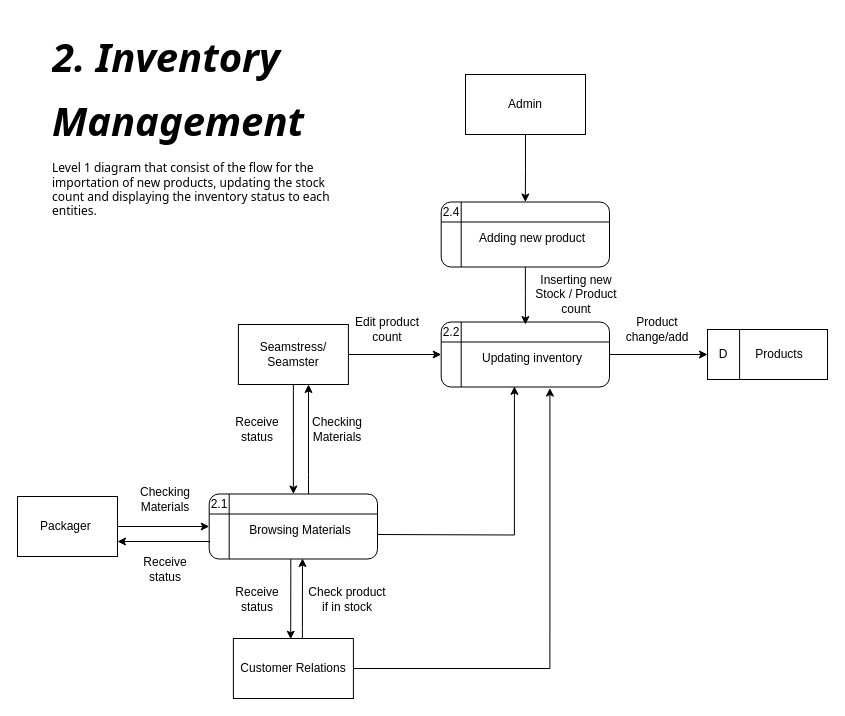
BryanFabellore/Team_SPOTLIGHT keeps this draw.io diagram as page "Revision Level 2 DFD (Inventory Management)" (4 of 6) of DFD DIAGRAMS.drawio. Above is the earlier version. Source tidied: cells renumbered, new cells numbered last; positions are measured from the earlier drawing's top-left corner, leaving out a move shared by most shapes. Both pictures are drawn from the tidied source at 100%, with x=0, y=0 at pixel (17, 26).
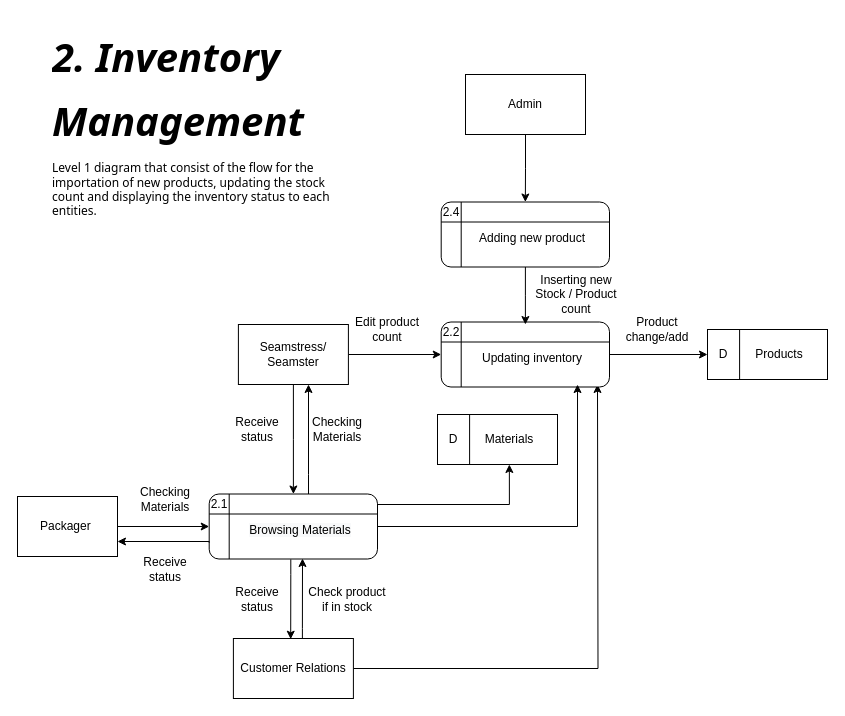
Above is the later version.

The change refers to these unchanged cells:
```xml
<mxCell id="11" value="Customer Relations" style="rounded=0;whiteSpace=wrap;html=1;strokeColor=default;fontFamily=Helvetica;fontSize=12;fontColor=default;fillColor=#FFFFFF;" parent="1" vertex="1">
  <mxGeometry x="215.9" y="612" width="120" height="60" as="geometry" />
</mxCell>
<mxCell id="13" style="shape=internalStorage;whiteSpace=wrap;html=1;backgroundOutline=1;rounded=1;strokeColor=default;fontFamily=Helvetica;fontSize=12;fontColor=default;fillColor=#FFFFFF;" parent="12" vertex="1">
  <mxGeometry x="3.7" width="168.3" height="65" as="geometry" />
</mxCell>
<mxCell id="18" style="shape=internalStorage;whiteSpace=wrap;html=1;backgroundOutline=1;rounded=1;strokeColor=default;fontFamily=Helvetica;fontSize=12;fontColor=default;fillColor=#FFFFFF;" parent="17" vertex="1">
  <mxGeometry x="3.7" width="168.3" height="65" as="geometry" />
</mxCell>
```

The edit, as a diff of the source:
```diff
@@
-    <mxCell id="10" style="edgeStyle=orthogonalEdgeStyle;rounded=0;jettySize=auto;html=1;entryX=0.646;entryY=1.017;entryDx=0;entryDy=0;entryPerimeter=0;fontFamily=Tahoma;fontSize=40;" parent="1" edge="1" source="11" target="18">
-      <mxGeometry relative="1" as="geometry" />
-    </mxCell>
+    <mxCell id="43" style="edgeStyle=orthogonalEdgeStyle;rounded=0;jettySize=auto;html=1;" parent="1" edge="1" source="11">
+      <mxGeometry relative="1" as="geometry">
+        <mxPoint x="580" y="358" as="targetPoint" />
+      </mxGeometry>
+    </mxCell>
@@
-    <mxCell id="39" style="edgeStyle=orthogonalEdgeStyle;rounded=0;jettySize=auto;html=1;fontFamily=Tahoma;fontSize=40;entryX=0.435;entryY=0.99;entryDx=0;entryDy=0;entryPerimeter=0;" parent="1" edge="1" target="18">
-      <mxGeometry relative="1" as="geometry">
-        <mxPoint x="360" y="508" as="sourcePoint" />
-      </mxGeometry>
-    </mxCell>
@@
+    <mxCell id="44" style="group;" parent="1" vertex="1">
+      <mxGeometry x="420" y="388" width="120" height="50" as="geometry" />
+    </mxCell>
+    <mxCell id="45" value="Materials" style="rounded=0;whiteSpace=wrap;html=1;strokeColor=default;fontFamily=Helvetica;fontSize=12;fontColor=default;fillColor=#FFFFFF;" parent="44" vertex="1">
+      <mxGeometry x="23.7" width="96.3" height="50" as="geometry" />
+    </mxCell>
+    <mxCell id="46" value="D" style="rounded=0;whiteSpace=wrap;html=1;strokeColor=default;fontFamily=Helvetica;fontSize=12;fontColor=default;fillColor=#FFFFFF;" parent="44" vertex="1">
+      <mxGeometry width="32.1" height="50" as="geometry" />
+    </mxCell>
+    <mxCell id="47" style="edgeStyle=orthogonalEdgeStyle;rounded=0;jettySize=auto;html=1;entryX=0.81;entryY=0.962;entryDx=0;entryDy=0;entryPerimeter=0;" parent="1" edge="1" source="13" target="18">
+      <mxGeometry relative="1" as="geometry" />
+    </mxCell>
+    <mxCell id="48" style="edgeStyle=orthogonalEdgeStyle;rounded=0;jettySize=auto;html=1;entryX=0.5;entryY=1;entryDx=0;entryDy=0;" parent="1" edge="1" source="13" target="45">
+      <mxGeometry relative="1" as="geometry">
+        <Array as="points">
+          <mxPoint x="492" y="478" />
+        </Array>
+      </mxGeometry>
+    </mxCell>
```
